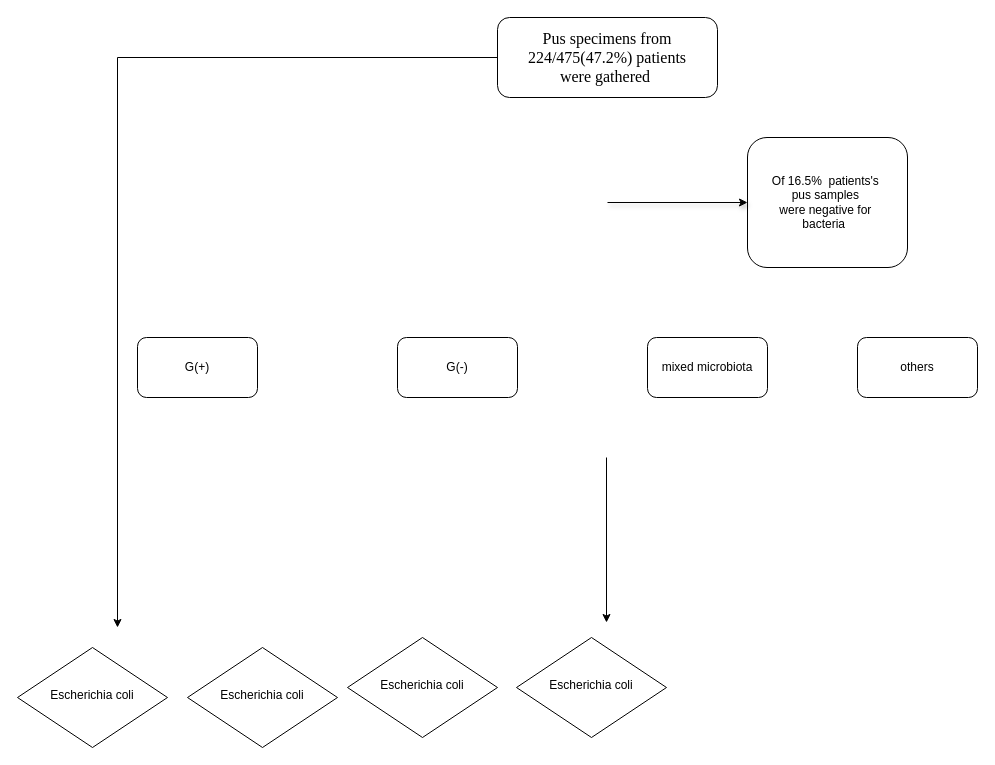
Above: qqqqq.drawio in elfKiller3/writing_functions_in_r (draw.io), before the change. Source tidied: cells renumbered, new cells numbered last; positions are measured from the earlier drawing's top-left corner, leaving out a move shared by most shapes. Both pictures are drawn from the tidied source at 100%, with x=0, y=0 at pixel (17, 17).
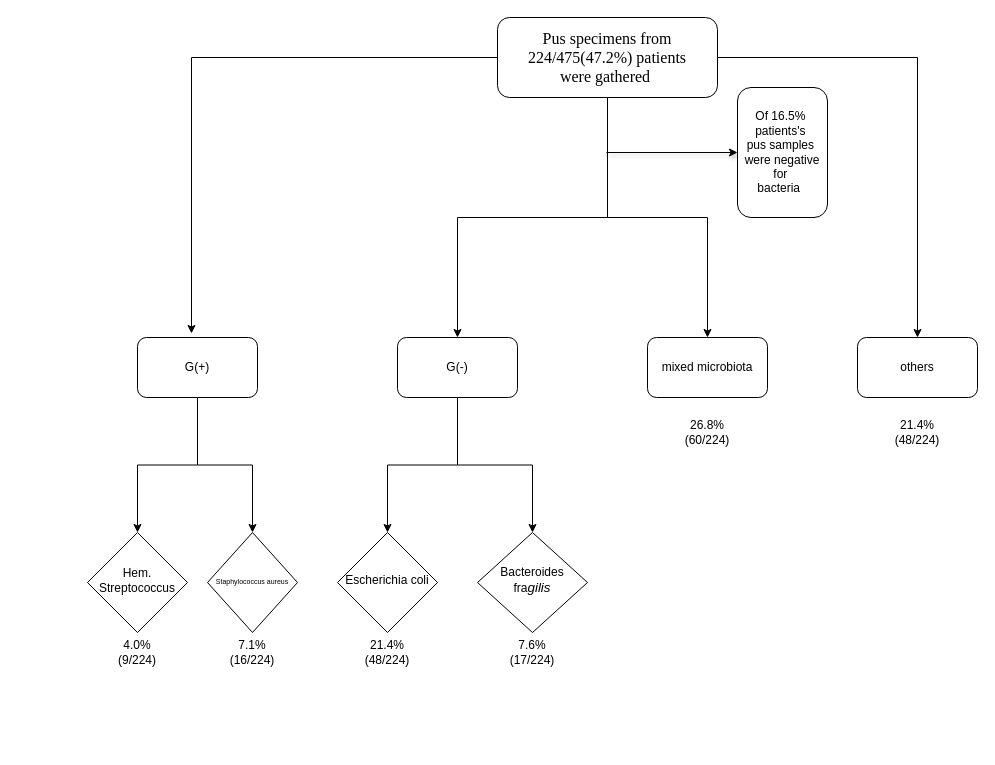
The same page after the edit.

Unchanged cells that the change refers to:
```xml
<mxCell id="3" value="&lt;font style=&quot;font-size: 16px;&quot; face=&quot;Times New Roman&quot;&gt;Pus specimens from&lt;br&gt;224/475(47.2%) patients&lt;br&gt;were gathered&amp;nbsp;&lt;/font&gt;" style="rounded=1;whiteSpace=wrap;html=1;fontSize=12;glass=0;strokeWidth=1;shadow=0;" parent="1" vertex="1">
  <mxGeometry x="480" width="220" height="80" as="geometry" />
</mxCell>
<mxCell id="7" value="G(+)" style="rounded=1;whiteSpace=wrap;html=1;flipH=1;" parent="1" vertex="1">
  <mxGeometry x="120" y="320" width="120" height="60" as="geometry" />
</mxCell>
<mxCell id="8" value="G(-)" style="rounded=1;whiteSpace=wrap;html=1;flipH=1;" parent="1" vertex="1">
  <mxGeometry x="380" y="320" width="120" height="60" as="geometry" />
</mxCell>
<mxCell id="9" value="mixed microbiota" style="rounded=1;whiteSpace=wrap;html=1;flipH=1;" parent="1" vertex="1">
  <mxGeometry x="630" y="320" width="120" height="60" as="geometry" />
</mxCell>
<mxCell id="10" value="others" style="rounded=1;whiteSpace=wrap;html=1;flipH=1;" parent="1" vertex="1">
  <mxGeometry x="840" y="320" width="120" height="60" as="geometry" />
</mxCell>
```

Change to the diagram source:
```diff
@@
-    <mxCell id="2" style="edgeStyle=orthogonalEdgeStyle;rounded=0;jettySize=auto;html=1;exitX=0;exitY=0.5;exitDx=0;exitDy=0;" parent="1" edge="1" source="3">
+    <mxCell id="2" style="edgeStyle=orthogonalEdgeStyle;rounded=0;jettySize=auto;html=1;exitX=0;exitY=0.5;exitDx=0;exitDy=0;entryX=0.55;entryY=-0.067;entryDx=0;entryDy=0;entryPerimeter=0;" parent="1" edge="1" source="3" target="7">
       <mxGeometry relative="1" as="geometry">
-        <mxPoint x="100" y="610" as="targetPoint" />
         <Array as="points">
-          <mxPoint x="100" y="40" />
+          <mxPoint x="174" y="40" />
         </Array>
       </mxGeometry>
     </mxCell>
+    <mxCell id="15" style="edgeStyle=orthogonalEdgeStyle;rounded=0;jettySize=auto;html=1;entryX=0.5;entryY=0;entryDx=0;entryDy=0;" parent="1" edge="1" source="3" target="10">
+      <mxGeometry relative="1" as="geometry" />
+    </mxCell>
+    <mxCell id="16" style="edgeStyle=orthogonalEdgeStyle;rounded=0;jettySize=auto;html=1;entryX=0.5;entryY=0;entryDx=0;entryDy=0;" parent="1" edge="1" source="3" target="8">
+      <mxGeometry relative="1" as="geometry" />
+    </mxCell>
+    <mxCell id="17" style="edgeStyle=orthogonalEdgeStyle;rounded=0;jettySize=auto;html=1;entryX=0.5;entryY=0;entryDx=0;entryDy=0;" parent="1" edge="1" source="3" target="9">
+      <mxGeometry relative="1" as="geometry" />
+    </mxCell>
@@
-    <mxCell id="4" style="edgeStyle=orthogonalEdgeStyle;rounded=0;orthogonalLoop=1;jettySize=auto;html=1;" parent="1" edge="1">
-      <mxGeometry relative="1" as="geometry">
-        <mxPoint x="589" y="440" as="sourcePoint" />
-        <mxPoint x="589" y="605" as="targetPoint" />
-      </mxGeometry>
-    </mxCell>
-    <mxCell id="5" value="Of 16.5%&amp;nbsp; patients's&amp;nbsp;&lt;br&gt;pus samples&amp;nbsp;&lt;br&gt;were negative for&amp;nbsp;&lt;br&gt;bacteria&amp;nbsp;&amp;nbsp;" style="rounded=1;whiteSpace=wrap;html=1;" parent="1" vertex="1">
-      <mxGeometry x="730" y="120" width="160" height="130" as="geometry" />
-    </mxCell>
-    <mxCell id="6" style="rounded=0;jettySize=auto;html=1;shadow=1;" parent="1" edge="1" target="5">
+    <mxCell id="6" style="rounded=0;jettySize=auto;html=1;shadow=1;" parent="1" edge="1" source="5">
       <mxGeometry relative="1" as="geometry">
-        <mxPoint x="590" y="185" as="sourcePoint" />
+        <mxPoint x="760" y="140" as="targetPoint" />
       </mxGeometry>
     </mxCell>
+    <mxCell id="18" style="edgeStyle=orthogonalEdgeStyle;rounded=0;jettySize=auto;html=1;entryX=0.5;entryY=0;entryDx=0;entryDy=0;" parent="1" edge="1" source="7" target="11">
+      <mxGeometry relative="1" as="geometry" />
+    </mxCell>
+    <mxCell id="19" style="edgeStyle=orthogonalEdgeStyle;rounded=0;jettySize=auto;html=1;entryX=0.5;entryY=0;entryDx=0;entryDy=0;" parent="1" edge="1" source="7" target="12">
+      <mxGeometry relative="1" as="geometry" />
+    </mxCell>
@@
+    <mxCell id="20" style="edgeStyle=orthogonalEdgeStyle;rounded=0;jettySize=auto;html=1;entryX=0.5;entryY=0;entryDx=0;entryDy=0;" parent="1" edge="1" source="8" target="13">
+      <mxGeometry relative="1" as="geometry" />
+    </mxCell>
+    <mxCell id="21" style="edgeStyle=orthogonalEdgeStyle;rounded=0;jettySize=auto;html=1;entryX=0.5;entryY=0;entryDx=0;entryDy=0;" parent="1" edge="1" source="8" target="14">
+      <mxGeometry relative="1" as="geometry" />
+    </mxCell>
@@
-    <mxCell id="11" value="Escherichia coli" style="rhombus;whiteSpace=wrap;html=1;shadow=0;fontFamily=Helvetica;fontSize=12;align=center;strokeWidth=1;spacing=6;spacingTop=-4;flipV=1;" parent="1" vertex="1">
-      <mxGeometry y="630" width="150" height="100" as="geometry" />
+    <mxCell id="11" value="Hem. Streptococcus" style="rhombus;whiteSpace=wrap;html=1;shadow=0;fontFamily=Helvetica;fontSize=12;align=center;strokeWidth=1;spacing=6;spacingTop=-4;flipV=1;" parent="1" vertex="1">
+      <mxGeometry x="70" y="515" width="100" height="100" as="geometry" />
     </mxCell>
-    <mxCell id="12" value="Escherichia coli" style="rhombus;whiteSpace=wrap;html=1;shadow=0;fontFamily=Helvetica;fontSize=12;align=center;strokeWidth=1;spacing=6;spacingTop=-4;flipV=1;" parent="1" vertex="1">
-      <mxGeometry x="170" y="630" width="150" height="100" as="geometry" />
+    <mxCell id="12" value="&lt;div&gt;&lt;font style=&quot;font-size: 7px;&quot;&gt;Staphylococcus aureus&lt;/font&gt;&lt;/div&gt;" style="rhombus;whiteSpace=wrap;html=1;shadow=0;fontFamily=Helvetica;fontSize=12;align=center;strokeWidth=1;spacing=6;spacingTop=-4;flipV=1;" parent="1" vertex="1">
+      <mxGeometry x="190" y="515" width="90" height="100" as="geometry" />
     </mxCell>
     <mxCell id="13" value="Escherichia coli" style="rhombus;whiteSpace=wrap;html=1;shadow=0;fontFamily=Helvetica;fontSize=12;align=center;strokeWidth=1;spacing=6;spacingTop=-4;flipV=1;" parent="1" vertex="1">
-      <mxGeometry x="330" y="620" width="150" height="100" as="geometry" />
+      <mxGeometry x="320" y="515" width="100" height="100" as="geometry" />
     </mxCell>
-    <mxCell id="14" value="Escherichia coli" style="rhombus;whiteSpace=wrap;html=1;shadow=0;fontFamily=Helvetica;fontSize=12;align=center;strokeWidth=1;spacing=6;spacingTop=-4;flipV=1;" parent="1" vertex="1">
-      <mxGeometry x="499" y="620" width="150" height="100" as="geometry" />
+    <mxCell id="14" value="&lt;div&gt;Bacteroides fra&lt;span style=&quot;background-color: initial; font-size: 10pt; font-family: STIX-Italic; font-style: italic;&quot;&gt;gilis&lt;/span&gt;&lt;/div&gt;" style="rhombus;whiteSpace=wrap;html=1;shadow=0;fontFamily=Helvetica;fontSize=12;align=center;strokeWidth=1;spacing=6;spacingTop=-4;flipV=1;" parent="1" vertex="1">
+      <mxGeometry x="460" y="515" width="110" height="100" as="geometry" />
     </mxCell>
+    <mxCell id="22" style="rounded=0;jettySize=auto;html=1;shadow=1;entryX=0;entryY=0.5;entryDx=0;entryDy=0;" parent="1" edge="1" target="5">
+      <mxGeometry relative="1" as="geometry">
+        <mxPoint x="589" y="135" as="sourcePoint" />
+      </mxGeometry>
+    </mxCell>
+    <mxCell id="5" value="Of 16.5%&amp;nbsp; patients's&amp;nbsp;&lt;br&gt;pus samples&amp;nbsp;&lt;br&gt;were negative for&amp;nbsp;&lt;br&gt;bacteria&amp;nbsp;&amp;nbsp;" style="rounded=1;whiteSpace=wrap;html=1;" parent="1" vertex="1">
+      <mxGeometry x="720" y="70" width="90" height="130" as="geometry" />
+    </mxCell>
+    <mxCell id="23" value="4.0%(9/224)" style="text;html=1;strokeColor=none;fillColor=none;align=center;verticalAlign=middle;whiteSpace=wrap;rounded=0;" parent="1" vertex="1">
+      <mxGeometry x="90" y="620" width="60" height="30" as="geometry" />
+    </mxCell>
+    <mxCell id="24" value="7.1%(16/224)" style="text;html=1;strokeColor=none;fillColor=none;align=center;verticalAlign=middle;whiteSpace=wrap;rounded=0;" parent="1" vertex="1">
+      <mxGeometry x="205" y="620" width="60" height="30" as="geometry" />
+    </mxCell>
+    <mxCell id="25" value="21.4%(48/224)" style="text;html=1;strokeColor=none;fillColor=none;align=center;verticalAlign=middle;whiteSpace=wrap;rounded=0;" parent="1" vertex="1">
+      <mxGeometry x="340" y="620" width="60" height="30" as="geometry" />
+    </mxCell>
+    <mxCell id="26" value="7.6%(17/224)" style="text;html=1;strokeColor=none;fillColor=none;align=center;verticalAlign=middle;whiteSpace=wrap;rounded=0;" parent="1" vertex="1">
+      <mxGeometry x="485" y="620" width="60" height="30" as="geometry" />
+    </mxCell>
+    <mxCell id="27" value="26.8%(60/224)" style="text;html=1;strokeColor=none;fillColor=none;align=center;verticalAlign=middle;whiteSpace=wrap;rounded=0;" parent="1" vertex="1">
+      <mxGeometry x="660" y="400" width="60" height="30" as="geometry" />
+    </mxCell>
+    <mxCell id="28" value="21.4%(48/224)" style="text;html=1;strokeColor=none;fillColor=none;align=center;verticalAlign=middle;whiteSpace=wrap;rounded=0;" parent="1" vertex="1">
+      <mxGeometry x="870" y="400" width="60" height="30" as="geometry" />
+    </mxCell>
```
